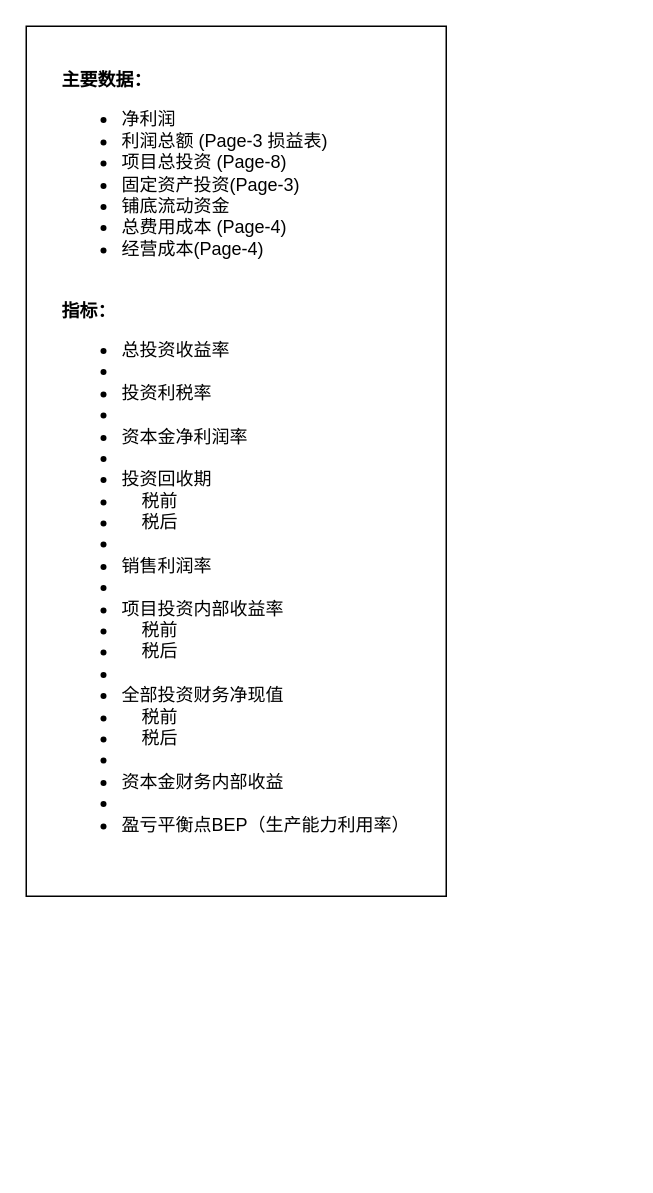
Before: page "Page-8 总数据" (1 of 8) of Untitled Diagram.drawio in Yatttin/attention-nmt, a draw.io diagram. Source tidied: cells renumbered, new cells numbered last; positions are measured from the earlier drawing's top-left corner, leaving out a move shared by most shapes. Both pictures are drawn from the tidied source at 150%, with x=0, y=0 at pixel (26, 26).
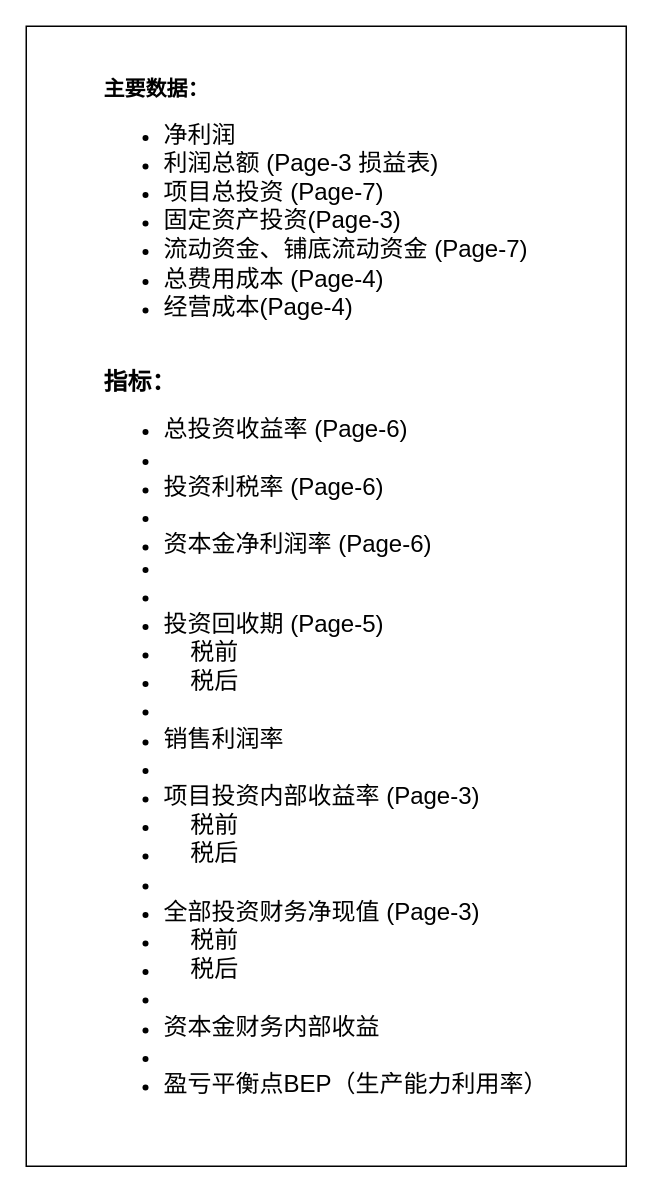
After the change.

What changed in the source:
```diff
@@
 <mxGraphModel>
   <root>
     <mxCell id="0" />
     <mxCell id="1" parent="0" />
-    <mxCell id="2" value="&lt;div style=&quot;text-align: left;&quot;&gt;&lt;span style=&quot;background-color: initial;&quot;&gt;&lt;b&gt;主要数据：&lt;/b&gt;&lt;/span&gt;&lt;/div&gt;&lt;div style=&quot;text-align: left;&quot;&gt;&lt;ul&gt;&lt;li&gt;&lt;span style=&quot;background-color: initial;&quot;&gt;净利润&lt;/span&gt;&lt;/li&gt;&lt;li&gt;&lt;span style=&quot;background-color: initial;&quot;&gt;利润总额&amp;nbsp;&lt;/span&gt;(Page-3 损益表)&lt;/li&gt;&lt;li&gt;&lt;span style=&quot;background-color: initial;&quot;&gt;项目总投资 (Page-8)&lt;/span&gt;&lt;/li&gt;&lt;li&gt;&lt;span style=&quot;background-color: initial;&quot;&gt;固定资产投资(Page-3)&lt;/span&gt;&lt;/li&gt;&lt;li&gt;&lt;span style=&quot;background-color: initial;&quot;&gt;铺底流动资金&lt;/span&gt;&lt;/li&gt;&lt;li&gt;&lt;span style=&quot;background-color: initial;&quot;&gt;总费用成本 (Page-4)&lt;/span&gt;&lt;/li&gt;&lt;li&gt;&lt;span style=&quot;background-color: initial;&quot;&gt;经营成本(Page-4)&lt;/span&gt;&lt;/li&gt;&lt;/ul&gt;&lt;/div&gt;&lt;div style=&quot;text-align: left;&quot;&gt;&lt;span style=&quot;background-color: initial;&quot;&gt;&lt;br&gt;&lt;/span&gt;&lt;/div&gt;&lt;div style=&quot;text-align: left;&quot;&gt;&lt;span style=&quot;background-color: initial;&quot;&gt;&lt;b&gt;指标：&lt;/b&gt;&lt;/span&gt;&lt;/div&gt;&lt;div style=&quot;text-align: left;&quot;&gt;&lt;ul&gt;&lt;li&gt;&lt;span style=&quot;background-color: initial;&quot;&gt;总投资收益率&lt;/span&gt;&lt;/li&gt;&lt;li&gt;&lt;span style=&quot;background-color: initial;&quot;&gt;&lt;br&gt;&lt;/span&gt;&lt;/li&gt;&lt;li&gt;&lt;span style=&quot;background-color: initial;&quot;&gt;投资利税率&lt;/span&gt;&lt;/li&gt;&lt;li&gt;&lt;span style=&quot;background-color: initial;&quot;&gt;&lt;br&gt;&lt;/span&gt;&lt;/li&gt;&lt;li&gt;&lt;span style=&quot;background-color: initial;&quot;&gt;资本金净利润率&lt;/span&gt;&lt;/li&gt;&lt;li&gt;&lt;span style=&quot;background-color: initial;&quot;&gt;&lt;br&gt;&lt;/span&gt;&lt;/li&gt;&lt;li&gt;&lt;span style=&quot;background-color: initial;&quot;&gt;投资回收期&lt;/span&gt;&lt;/li&gt;&lt;li&gt;&lt;span style=&quot;background-color: initial;&quot;&gt;&amp;nbsp; &amp;nbsp; 税前&lt;/span&gt;&lt;/li&gt;&lt;li&gt;&lt;span style=&quot;background-color: initial;&quot;&gt;&amp;nbsp; &amp;nbsp; 税后&lt;/span&gt;&lt;/li&gt;&lt;li&gt;&lt;span style=&quot;background-color: initial;&quot;&gt;&lt;br&gt;&lt;/span&gt;&lt;/li&gt;&lt;li&gt;&lt;span style=&quot;background-color: initial;&quot;&gt;销售利润率&lt;/span&gt;&lt;/li&gt;&lt;li&gt;&lt;span style=&quot;background-color: initial;&quot;&gt;&lt;br&gt;&lt;/span&gt;&lt;/li&gt;&lt;li&gt;&lt;span style=&quot;background-color: initial;&quot;&gt;项目投资内部收益率&lt;/span&gt;&lt;/li&gt;&lt;li&gt;&amp;nbsp; &amp;nbsp; 税前&lt;/li&gt;&lt;li&gt;&lt;span style=&quot;border-color: var(--border-color); background-color: initial;&quot;&gt;&amp;nbsp; &amp;nbsp; 税后&lt;/span&gt;&lt;/li&gt;&lt;li&gt;&lt;span style=&quot;border-color: var(--border-color); background-color: initial;&quot;&gt;&lt;br&gt;&lt;/span&gt;&lt;/li&gt;&lt;li&gt;全部投资财务净现值&lt;/li&gt;&lt;li&gt;&amp;nbsp; &amp;nbsp; 税前&lt;/li&gt;&lt;li&gt;&lt;span style=&quot;border-color: var(--border-color); background-color: initial;&quot;&gt;&amp;nbsp; &amp;nbsp; 税后&lt;/span&gt;&lt;/li&gt;&lt;li&gt;&lt;br&gt;&lt;/li&gt;&lt;li&gt;资本金财务内部收益&lt;/li&gt;&lt;li&gt;&lt;br&gt;&lt;/li&gt;&lt;li&gt;盈亏平衡点BEP（生产能力利用率）&lt;/li&gt;&lt;/ul&gt;&lt;/div&gt;" style="rounded=0;whiteSpace=wrap;html=1;" parent="1" vertex="1">
-      <mxGeometry width="280" height="580" as="geometry" />
+    <mxCell id="2" value="&lt;div style=&quot;text-align: left;&quot;&gt;&lt;span style=&quot;background-color: initial;&quot;&gt;&lt;b&gt;&lt;font style=&quot;font-size: 14px;&quot;&gt;主要数据：&lt;/font&gt;&lt;/b&gt;&lt;/span&gt;&lt;/div&gt;&lt;div style=&quot;text-align: left;&quot;&gt;&lt;ul&gt;&lt;li&gt;&lt;span style=&quot;background-color: initial;&quot;&gt;&lt;font size=&quot;3&quot;&gt;净利润&lt;/font&gt;&lt;/span&gt;&lt;/li&gt;&lt;li&gt;&lt;font size=&quot;3&quot;&gt;&lt;span style=&quot;background-color: initial;&quot;&gt;利润总额&amp;nbsp;&lt;/span&gt;(Page-3 损益表)&lt;/font&gt;&lt;/li&gt;&lt;li&gt;&lt;span style=&quot;background-color: initial;&quot;&gt;&lt;font size=&quot;3&quot;&gt;项目总投资 (Page-7)&lt;/font&gt;&lt;/span&gt;&lt;/li&gt;&lt;li&gt;&lt;span style=&quot;background-color: initial;&quot;&gt;&lt;font size=&quot;3&quot;&gt;固定资产投资(Page-3)&lt;/font&gt;&lt;/span&gt;&lt;/li&gt;&lt;li&gt;&lt;span style=&quot;background-color: initial;&quot;&gt;&lt;font size=&quot;3&quot;&gt;流动资金、铺底流动资金 (Page-7)&lt;/font&gt;&lt;/span&gt;&lt;/li&gt;&lt;li&gt;&lt;span style=&quot;background-color: initial;&quot;&gt;&lt;font size=&quot;3&quot;&gt;总费用成本 (Page-4)&lt;/font&gt;&lt;/span&gt;&lt;/li&gt;&lt;li&gt;&lt;span style=&quot;background-color: initial;&quot;&gt;&lt;font size=&quot;3&quot;&gt;经营成本(Page-4)&lt;/font&gt;&lt;/span&gt;&lt;/li&gt;&lt;/ul&gt;&lt;/div&gt;&lt;div style=&quot;text-align: left;&quot;&gt;&lt;span style=&quot;background-color: initial;&quot;&gt;&lt;font size=&quot;3&quot;&gt;&lt;br&gt;&lt;/font&gt;&lt;/span&gt;&lt;/div&gt;&lt;div style=&quot;text-align: left;&quot;&gt;&lt;span style=&quot;background-color: initial;&quot;&gt;&lt;b&gt;&lt;font size=&quot;3&quot;&gt;指标：&lt;/font&gt;&lt;/b&gt;&lt;/span&gt;&lt;/div&gt;&lt;div style=&quot;text-align: left;&quot;&gt;&lt;ul&gt;&lt;li&gt;&lt;span style=&quot;background-color: initial;&quot;&gt;&lt;font size=&quot;3&quot;&gt;总投资收益率 (Page-6)&lt;/font&gt;&lt;/span&gt;&lt;/li&gt;&lt;li&gt;&lt;span style=&quot;background-color: initial;&quot;&gt;&lt;font size=&quot;3&quot;&gt;&lt;br&gt;&lt;/font&gt;&lt;/span&gt;&lt;/li&gt;&lt;li&gt;&lt;span style=&quot;background-color: initial;&quot;&gt;&lt;font size=&quot;3&quot;&gt;投资利税率 (Page-6)&lt;/font&gt;&lt;/span&gt;&lt;/li&gt;&lt;li&gt;&lt;span style=&quot;background-color: initial;&quot;&gt;&lt;font size=&quot;3&quot;&gt;&lt;br&gt;&lt;/font&gt;&lt;/span&gt;&lt;/li&gt;&lt;li&gt;&lt;span style=&quot;background-color: initial;&quot;&gt;&lt;font size=&quot;3&quot;&gt;资本金净利润率 (Page-6)&lt;/font&gt;&lt;/span&gt;&lt;/li&gt;&lt;li&gt;&lt;/li&gt;&lt;li&gt;&lt;span style=&quot;background-color: initial;&quot;&gt;&lt;font size=&quot;3&quot;&gt;&lt;br&gt;&lt;/font&gt;&lt;/span&gt;&lt;/li&gt;&lt;li&gt;&lt;span style=&quot;background-color: initial;&quot;&gt;&lt;font size=&quot;3&quot;&gt;投资回收期 (Page-5)&lt;/font&gt;&lt;/span&gt;&lt;/li&gt;&lt;li&gt;&lt;span style=&quot;background-color: initial;&quot;&gt;&lt;font size=&quot;3&quot;&gt;&amp;nbsp; &amp;nbsp; 税前&lt;/font&gt;&lt;/span&gt;&lt;/li&gt;&lt;li&gt;&lt;span style=&quot;background-color: initial;&quot;&gt;&lt;font size=&quot;3&quot;&gt;&amp;nbsp; &amp;nbsp; 税后&lt;/font&gt;&lt;/span&gt;&lt;/li&gt;&lt;li&gt;&lt;span style=&quot;background-color: initial;&quot;&gt;&lt;font size=&quot;3&quot;&gt;&lt;br&gt;&lt;/font&gt;&lt;/span&gt;&lt;/li&gt;&lt;li&gt;&lt;span style=&quot;background-color: initial;&quot;&gt;&lt;font size=&quot;3&quot;&gt;销售利润率&lt;/font&gt;&lt;/span&gt;&lt;/li&gt;&lt;li&gt;&lt;span style=&quot;background-color: initial;&quot;&gt;&lt;font size=&quot;3&quot;&gt;&lt;br&gt;&lt;/font&gt;&lt;/span&gt;&lt;/li&gt;&lt;li&gt;&lt;span style=&quot;background-color: initial;&quot;&gt;&lt;font size=&quot;3&quot;&gt;项目投资内部收益率 (Page-3)&lt;/font&gt;&lt;/span&gt;&lt;/li&gt;&lt;li&gt;&lt;font size=&quot;3&quot;&gt;&amp;nbsp; &amp;nbsp; 税前&lt;/font&gt;&lt;/li&gt;&lt;li&gt;&lt;span style=&quot;border-color: var(--border-color); background-color: initial;&quot;&gt;&lt;font size=&quot;3&quot;&gt;&amp;nbsp; &amp;nbsp; 税后&lt;/font&gt;&lt;/span&gt;&lt;/li&gt;&lt;li&gt;&lt;span style=&quot;border-color: var(--border-color); background-color: initial;&quot;&gt;&lt;font size=&quot;3&quot;&gt;&lt;br&gt;&lt;/font&gt;&lt;/span&gt;&lt;/li&gt;&lt;li&gt;&lt;font size=&quot;3&quot;&gt;全部投资财务净现值&amp;nbsp;(Page-3)&lt;/font&gt;&lt;/li&gt;&lt;li&gt;&lt;font size=&quot;3&quot;&gt;&amp;nbsp; &amp;nbsp; 税前&lt;/font&gt;&lt;/li&gt;&lt;li&gt;&lt;span style=&quot;border-color: var(--border-color); background-color: initial;&quot;&gt;&lt;font size=&quot;3&quot;&gt;&amp;nbsp; &amp;nbsp; 税后&lt;/font&gt;&lt;/span&gt;&lt;/li&gt;&lt;li&gt;&lt;font size=&quot;3&quot;&gt;&lt;br&gt;&lt;/font&gt;&lt;/li&gt;&lt;li&gt;&lt;font size=&quot;3&quot;&gt;资本金财务内部收益&lt;/font&gt;&lt;/li&gt;&lt;li&gt;&lt;font size=&quot;3&quot;&gt;&lt;br&gt;&lt;/font&gt;&lt;/li&gt;&lt;li&gt;&lt;font size=&quot;3&quot;&gt;盈亏平衡点BEP（生产能力利用率）&lt;/font&gt;&lt;/li&gt;&lt;/ul&gt;&lt;/div&gt;" style="rounded=0;whiteSpace=wrap;html=1;" parent="1" vertex="1">
+      <mxGeometry width="400" height="760" as="geometry" />
     </mxCell>
   </root>
 </mxGraphModel>
```
